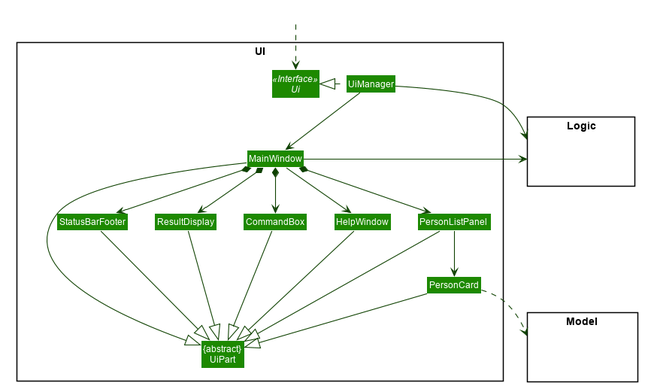
Before: docs/images/UiClassDiagram.png, a diagram exported from PlantUML (nus-cs2103-AY2021S2/tp).
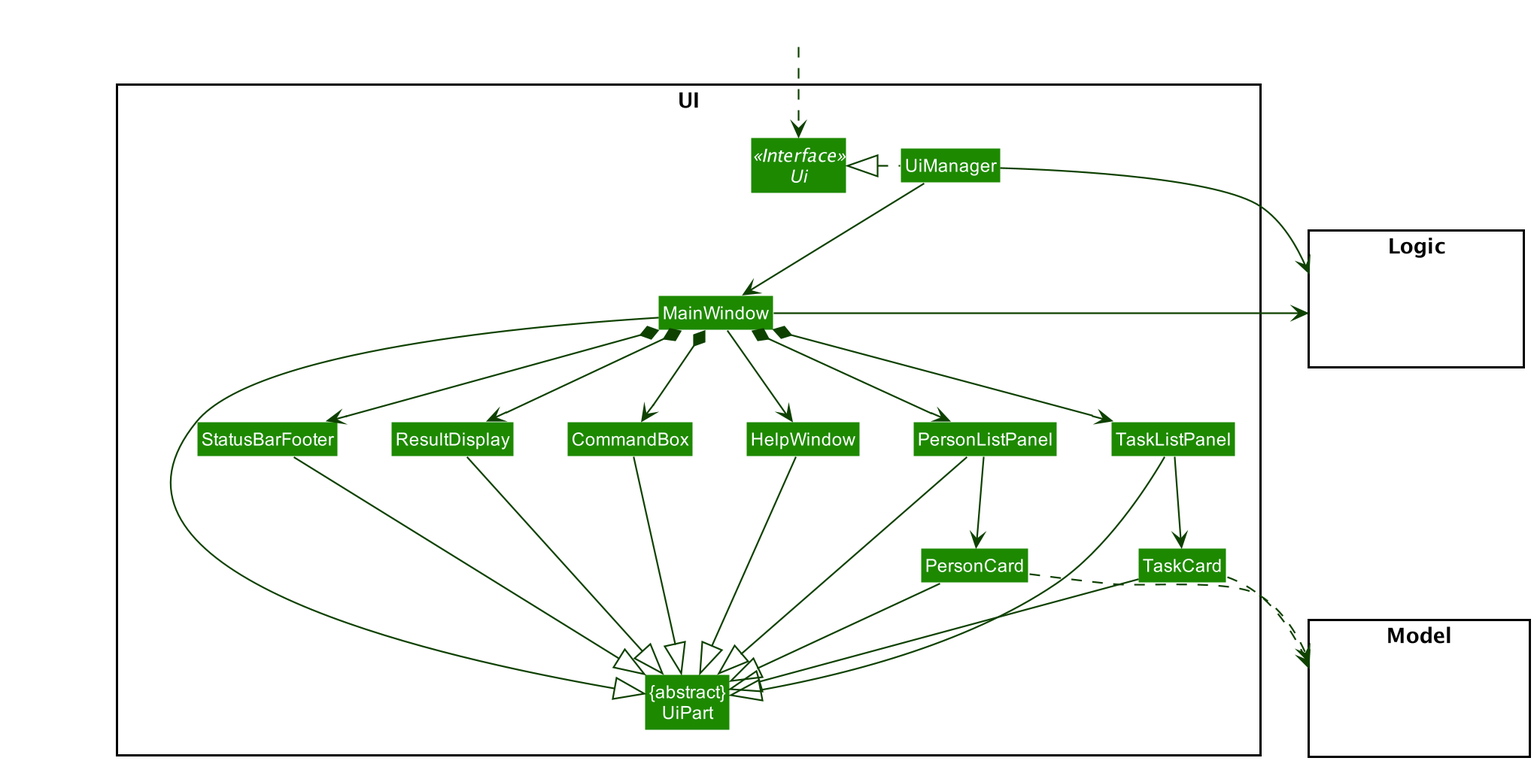
Later version of the same file.

Commit message:
change UML diagrams for UI

What changed in the source:
```diff
@@ -1,55 +1,8 @@
 @startuml
-
-
-
-
-
-
-
-
-skinparam BackgroundColor #FFFFFFF
-
-skinparam Shadowing false
-
-skinparam Class {
-    FontColor #FFFFFF
-    BorderThickness 1
-    BorderColor #FFFFFF
-    StereotypeFontColor #FFFFFF
-    FontName Arial
-}
-
-skinparam Actor {
-    BorderColor #000000
-    Color #000000
-    FontName Arial
-}
-
-skinparam Sequence {
-    MessageAlign center
-    BoxFontSize 15
-    BoxPadding 0
-    BoxFontColor #FFFFFF
-    FontName Arial
-}
-
-skinparam Participant {
-    FontColor #FFFFFFF
-    Padding 20
-}
-
-skinparam MinClassWidth 50
-skinparam ParticipantPadding 10
-skinparam Shadowing false
-skinparam DefaultTextAlignment center
-skinparam packageStyle Rectangle
-
-hide footbox
-hide members
-hide circle
+!include style.puml
 skinparam arrowThickness 1.1
-skinparam arrowColor #0E4100
-skinparam classBackgroundColor #1D8900
+skinparam arrowColor UI_COLOR_T4
+skinparam classBackgroundColor UI_COLOR
 
 package UI <<Rectangle>>{
 Interface Ui <<Interface>>
@@ -58,6 +11,8 @@
 Class MainWindow
 Class HelpWindow
 Class ResultDisplay
+class TaskListPanel
+class TaskCard
 Class PersonListPanel
 Class PersonCard
 Class StatusBarFooter
@@ -81,9 +36,11 @@
 MainWindow *-down-> CommandBox
 MainWindow *-down-> ResultDisplay
 MainWindow *-down-> PersonListPanel
+MainWindow *-down-> TaskListPanel
 MainWindow *-down-> StatusBarFooter
 
 PersonListPanel -down-> PersonCard
+TaskListPanel -down-> TaskCard
 
 MainWindow -left-|> UiPart
 
@@ -91,13 +48,17 @@
 CommandBox --|> UiPart
 PersonListPanel --|> UiPart
 PersonCard --|> UiPart
+TaskListPanel --|> UiPart
+TaskCard --|> UiPart
 StatusBarFooter --|> UiPart
 HelpWindow -down-|> UiPart
 
 PersonCard ..> Model
+TaskCard ..> Model
 UiManager -right-> Logic
 MainWindow -left-> Logic
 
+TaskListPanel -[hidden]left- HelpWindow
 PersonListPanel -[hidden]left- HelpWindow
 HelpWindow -[hidden]left- CommandBox
 CommandBox -[hidden]left- ResultDisplay
```
